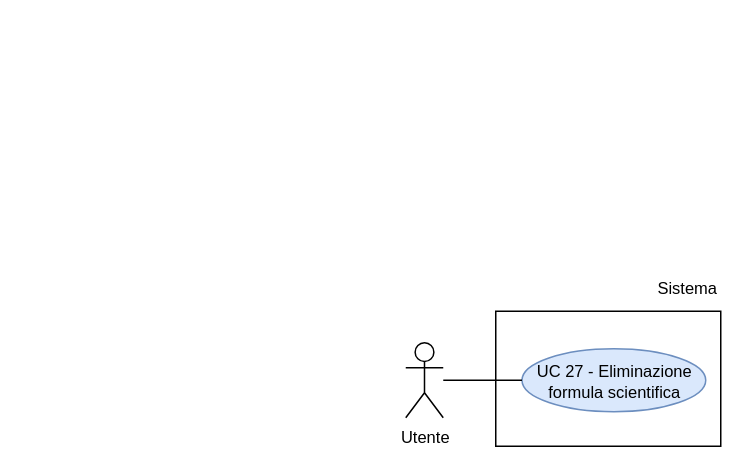
thebitless-group-swe/thebitless.github.io keeps this draw.io diagram as RTB/doc_esterna/analisi-dei-requisiti/assets/draw.io/UC27.drawio. Above is the earlier version. Source tidied: cells renumbered, new cells numbered last; positions are measured from the earlier drawing's top-left corner, leaving out a move shared by most shapes. Both pictures are drawn from the tidied source at 150%, with x=0, y=0 at pixel (405, 266).
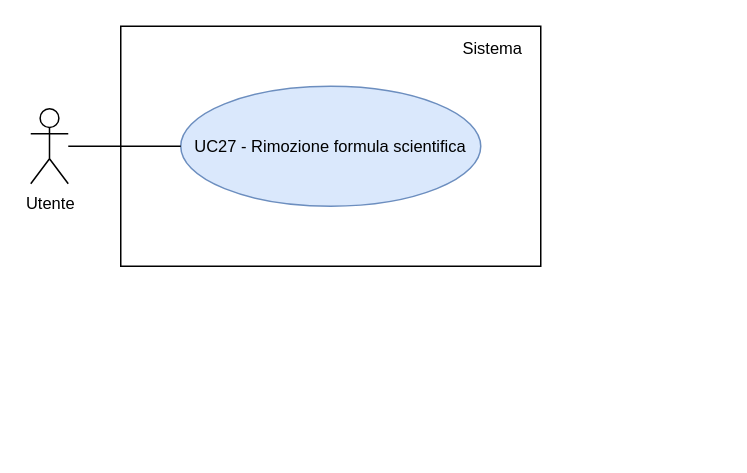
Above is the later version.

Change to the diagram source:
```diff
@@
 <mxGraphModel>
   <root>
     <mxCell id="0" />
     <mxCell id="1" parent="0" />
     <mxCell id="2" value="Utente" style="shape=umlActor;verticalLabelPosition=bottom;verticalAlign=top;html=1;outlineConnect=0;fontSize=11;" parent="1" vertex="1">
-      <mxGeometry y="51" width="25" height="50" as="geometry" />
+      <mxGeometry x="-250" y="-105" width="25" height="50" as="geometry" />
     </mxCell>
-    <mxCell id="3" style="rounded=0;whiteSpace=wrap;html=1;strokeWidth=1;" parent="1" vertex="1">
-      <mxGeometry x="60" y="30" width="150" height="90" as="geometry" />
-    </mxCell>
+    <mxCell id="8" style="rounded=0;whiteSpace=wrap;html=1;strokeWidth=1;" parent="1" vertex="1">
+      <mxGeometry x="-190" y="-160" width="280" height="160" as="geometry" />
+    </mxCell>
     <mxCell id="4" value="Sistema" style="text;html=1;whiteSpace=wrap;strokeColor=none;fillColor=none;align=right;verticalAlign=middle;fontSize=11;" parent="1" vertex="1">
-      <mxGeometry x="150" width="60" height="30" as="geometry" />
+      <mxGeometry x="10" y="-155" width="70" height="20" as="geometry" />
     </mxCell>
-    <mxCell id="5" value="UC 27 - Eliminazione formula scientifica" style="ellipse;whiteSpace=wrap;html=1;fillColor=#dae8fc;strokeColor=#6c8ebf;fontSize=11;convertToSvg=1;svgWhiteSpace=wrap;labelBorderColor=none;labelBackgroundColor=none;spacingBottom=-2;" parent="1" vertex="1">
-      <mxGeometry x="77.5" y="55" width="122.5" height="42" as="geometry" />
-    </mxCell>
-    <mxCell id="6" style="edgeStyle=none;rounded=0;jettySize=auto;html=1;endArrow=none;endFill=0;" parent="1" edge="1" source="2" target="5">
-      <mxGeometry relative="1" as="geometry" />
-    </mxCell>
-    <mxCell id="7" style="edgeStyle=orthogonalEdgeStyle;rounded=0;orthogonalLoop=1;jettySize=auto;html=1;exitX=0.5;exitY=1;exitDx=0;exitDy=0;" parent="1" edge="1" source="4" target="4">
-      <mxGeometry relative="1" as="geometry" />
-    </mxCell>
+    <mxCell id="9" value="UC27 - Rimozione formula scientifica" style="ellipse;whiteSpace=wrap;html=1;fillColor=#dae8fc;strokeColor=#6c8ebf;fontSize=11;" parent="1" vertex="1">
+      <mxGeometry x="-150" y="-120" width="200" height="80" as="geometry" />
+    </mxCell>
+    <mxCell id="10" style="edgeStyle=none;rounded=0;jettySize=auto;html=1;endArrow=none;endFill=0;" parent="1" edge="1" source="2" target="9">
+      <mxGeometry relative="1" as="geometry" />
+    </mxCell>
   </root>
 </mxGraphModel>
```
